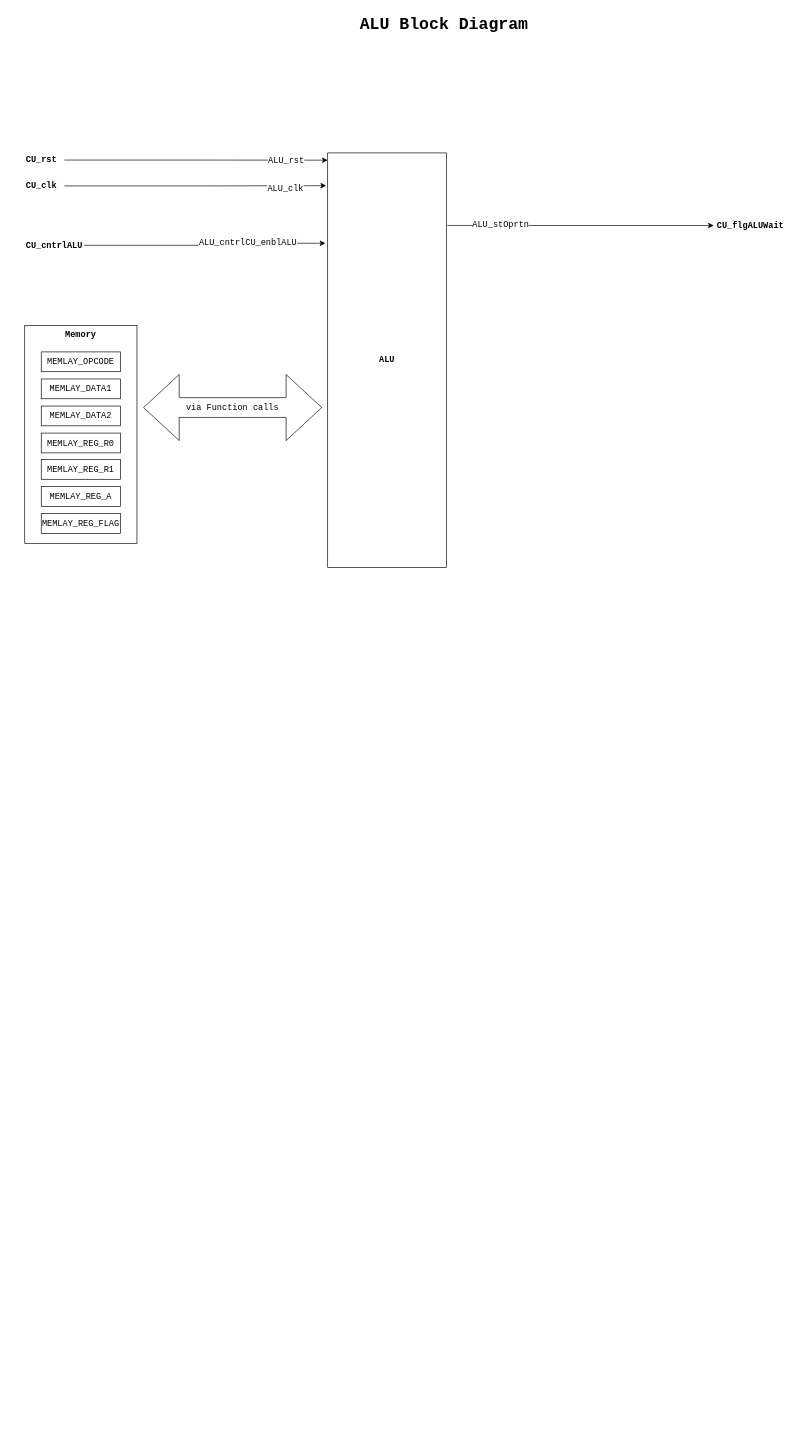
Above: page "ALU_BD" (6 of 8) of 04_ControlUnit_v1/CPU_Design.drawio in Vichu95/Basic_CPU_FPGA (draw.io), before the change. Source tidied: cells renumbered, new cells numbered last; positions are measured from the earlier drawing's top-left corner, leaving out a move shared by most shapes. Both pictures are drawn from the tidied source at 66%, with x=0, y=0 at pixel (24, 11).
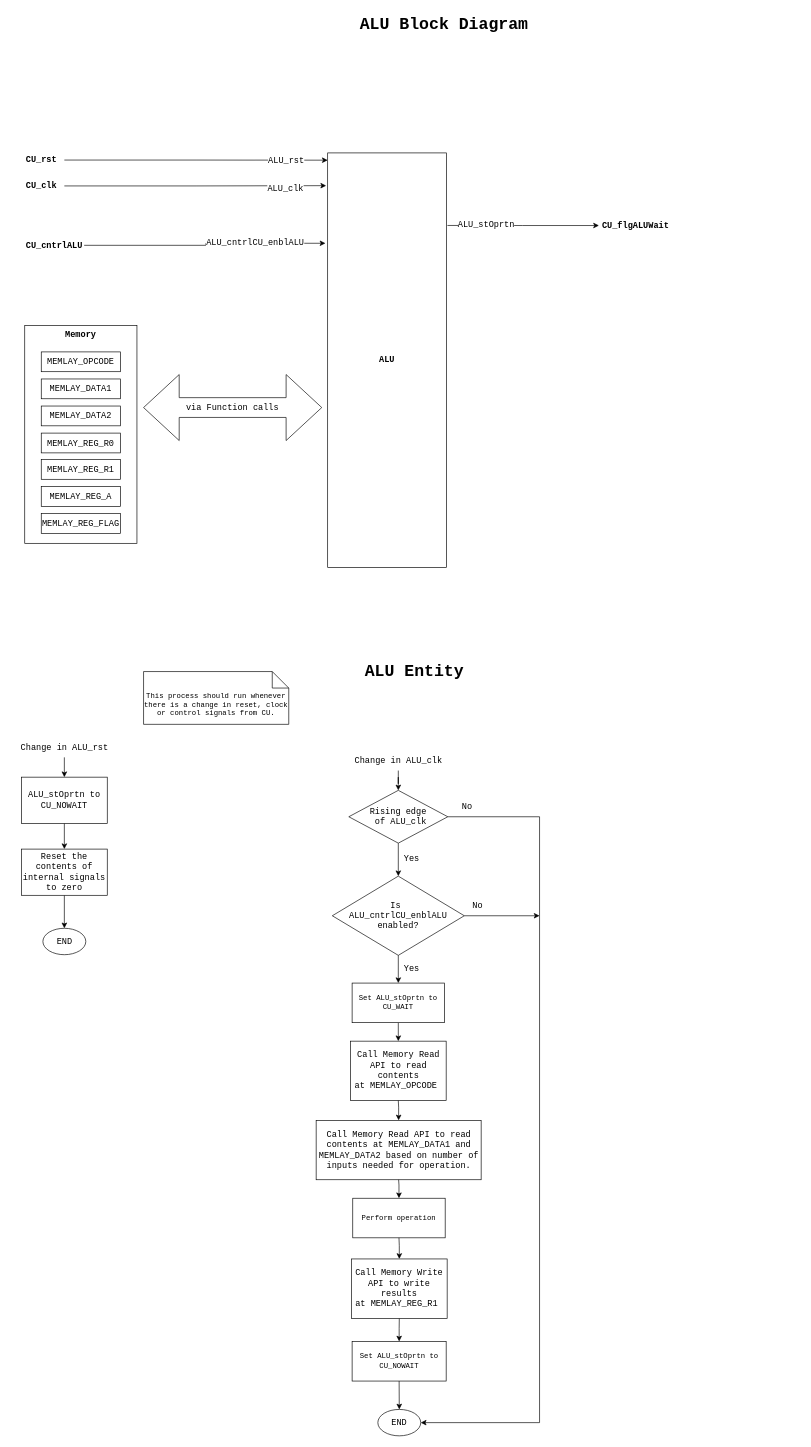
The same page after the edit.

The change refers to these unchanged cells:
```xml
<mxCell id="10" style="edgeStyle=orthogonalEdgeStyle;rounded=0;jettySize=auto;html=1;entryX=-0.019;entryY=0.218;entryDx=0;entryDy=0;entryPerimeter=0;fontFamily=Courier New;fontSize=13;fontColor=#000000;startArrow=none;startFill=0;endArrow=classic;endFill=1;" parent="1" edge="1" source="12" target="3">
  <mxGeometry relative="1" as="geometry" />
</mxCell>
<mxCell id="13" style="edgeStyle=orthogonalEdgeStyle;rounded=0;jettySize=auto;html=1;entryX=1.008;entryY=0.175;entryDx=0;entryDy=0;entryPerimeter=0;fontFamily=Courier New;fontSize=13;fontColor=#000000;startArrow=classic;startFill=1;endArrow=none;endFill=0;" parent="1" edge="1" source="15" target="3">
  <mxGeometry relative="1" as="geometry" />
</mxCell>
```

The edit, as a diff of the source:
```diff
@@
     <mxCell id="11" value="ALU_cntrlCU_enblALU" style="edgeLabel;html=1;align=center;verticalAlign=middle;fontSize=13;fontFamily=Courier New;fontColor=#000000;" parent="10" vertex="1">
       <mxGeometry x="0.46" y="2" relative="1" as="geometry">
-        <mxPoint x="-18" as="offset" />
+        <mxPoint x="-7" as="offset" />
       </mxGeometry>
     </mxCell>
@@
     <mxCell id="14" value="ALU_stOprtn" style="edgeLabel;html=1;align=center;verticalAlign=middle;fontSize=13;fontFamily=Courier New;fontColor=#000000;" parent="13" vertex="1">
       <mxGeometry x="0.63" y="-2" relative="1" as="geometry">
-        <mxPoint x="5" as="offset" />
+        <mxPoint x="15" as="offset" />
       </mxGeometry>
     </mxCell>
     <mxCell id="15" value="CU_flgALUWait" style="text;html=1;align=left;verticalAlign=middle;points=[];strokeColor=none;fillColor=none;fontStyle=1;labelBackgroundColor=none;fontColor=#000000;fontSize=13;fontFamily=Courier New;spacingLeft=3;" parent="1" vertex="1">
-      <mxGeometry x="1044" y="309.2" width="130" height="30" as="geometry" />
+      <mxGeometry x="870" y="309.2" width="130" height="30" as="geometry" />
     </mxCell>
@@
+    <mxCell id="26" value="This process should run whenever there is a change in reset, clock or control signals from CU." style="shape=note2;boundedLbl=1;whiteSpace=wrap;html=1;size=25;verticalAlign=top;align=center;fontFamily=Courier New;fontSize=11;" parent="1" vertex="1">
+      <mxGeometry x="180" y="1000" width="220" height="80" as="geometry" />
+    </mxCell>
+    <mxCell id="27" style="edgeStyle=none;rounded=0;jettySize=auto;html=1;strokeWidth=1;fontFamily=Courier New;fontSize=13;startArrow=none;startFill=0;endArrow=classic;endFill=1;startSize=6;endSize=6;sourcePerimeterSpacing=0;targetPerimeterSpacing=0;entryX=0.5;entryY=0;entryDx=0;entryDy=0;" parent="1" edge="1" source="28" target="30">
+      <mxGeometry relative="1" as="geometry" />
+    </mxCell>
+    <mxCell id="28" value="Change in&amp;nbsp;ALU_rst" style="text;html=1;align=center;verticalAlign=middle;points=[];strokeColor=none;fillColor=none;fontSize=13;fontFamily=Courier New;" parent="1" vertex="1">
+      <mxGeometry x="-20" y="1100" width="160" height="30" as="geometry" />
+    </mxCell>
+    <mxCell id="29" style="edgeStyle=none;rounded=0;jettySize=auto;html=1;exitX=0.5;exitY=1;exitDx=0;exitDy=0;entryX=0.5;entryY=0;entryDx=0;entryDy=0;strokeWidth=1;fontFamily=Courier New;fontSize=13;startArrow=none;startFill=0;endArrow=classic;endFill=1;startSize=6;endSize=6;sourcePerimeterSpacing=0;targetPerimeterSpacing=0;" parent="1" edge="1" source="30" target="32">
+      <mxGeometry relative="1" as="geometry" />
+    </mxCell>
+    <mxCell id="30" value="ALU_stOprtn to CU_NOWAIT" style="rounded=0;whiteSpace=wrap;html=1;fontFamily=Courier New;fontSize=13;" parent="1" vertex="1">
+      <mxGeometry x="-5" y="1160" width="130" height="70" as="geometry" />
+    </mxCell>
+    <mxCell id="31" style="edgeStyle=orthogonalEdgeStyle;rounded=0;jettySize=auto;html=1;fontFamily=Courier New;fontSize=34;fontColor=#FF0000;startArrow=none;startFill=0;endArrow=classic;endFill=1;" parent="1" edge="1" source="32" target="59">
+      <mxGeometry relative="1" as="geometry" />
+    </mxCell>
+    <mxCell id="32" value="Reset the contents of internal signals to zero" style="rounded=0;whiteSpace=wrap;html=1;fontFamily=Courier New;fontSize=13;" parent="1" vertex="1">
+      <mxGeometry x="-5" y="1269" width="130" height="70" as="geometry" />
+    </mxCell>
+    <mxCell id="33" style="edgeStyle=orthogonalEdgeStyle;rounded=0;jettySize=auto;html=1;entryX=0.5;entryY=0;entryDx=0;entryDy=0;strokeWidth=1;fontFamily=Courier New;fontSize=13;startArrow=none;startFill=0;endArrow=classic;endFill=1;startSize=6;endSize=6;sourcePerimeterSpacing=0;targetPerimeterSpacing=0;" parent="1" edge="1" source="34" target="37">
+      <mxGeometry relative="1" as="geometry" />
+    </mxCell>
+    <mxCell id="34" value="Change in ALU_clk" style="text;html=1;align=center;verticalAlign=middle;points=[];strokeColor=none;fillColor=none;fontSize=13;fontFamily=Courier New;" parent="1" vertex="1">
+      <mxGeometry x="486" y="1120" width="160" height="30" as="geometry" />
+    </mxCell>
+    <mxCell id="35" style="edgeStyle=orthogonalEdgeStyle;rounded=0;jettySize=auto;html=1;exitX=1;exitY=0.5;exitDx=0;exitDy=0;strokeWidth=1;fontFamily=Courier New;fontSize=13;startArrow=none;startFill=0;endArrow=classic;endFill=1;startSize=6;endSize=6;sourcePerimeterSpacing=0;targetPerimeterSpacing=0;entryX=1;entryY=0.5;entryDx=0;entryDy=0;" parent="1" edge="1" source="37" target="42">
+      <mxGeometry relative="1" as="geometry">
+        <Array as="points">
+          <mxPoint x="780" y="1220" />
+          <mxPoint x="780" y="2138" />
+        </Array>
+      </mxGeometry>
+    </mxCell>
+    <mxCell id="36" style="edgeStyle=orthogonalEdgeStyle;rounded=0;jettySize=auto;html=1;entryX=0.5;entryY=0;entryDx=0;entryDy=0;fontFamily=Courier New;fontSize=14;fontColor=#000000;startArrow=none;startFill=0;endArrow=classic;endFill=1;" parent="1" edge="1" source="37" target="39">
+      <mxGeometry relative="1" as="geometry" />
+    </mxCell>
+    <mxCell id="37" value="&lt;div style=&quot;&quot;&gt;&lt;span style=&quot;background-color: initial;&quot;&gt;Rising edge&lt;br&gt;&amp;nbsp;of ALU_clk&lt;/span&gt;&lt;/div&gt;" style="rhombus;whiteSpace=wrap;html=1;fontFamily=Courier New;fontSize=13;align=center;" parent="1" vertex="1">
+      <mxGeometry x="491" y="1180" width="150" height="80" as="geometry" />
+    </mxCell>
+    <mxCell id="38" style="edgeStyle=none;rounded=0;jettySize=auto;html=1;exitX=0.5;exitY=1;exitDx=0;exitDy=0;entryX=0.5;entryY=0;entryDx=0;entryDy=0;strokeWidth=1;fontFamily=Courier New;fontSize=13;startArrow=none;startFill=0;endArrow=classic;endFill=1;startSize=6;endSize=6;targetPerimeterSpacing=0;" parent="1" edge="1" source="48" target="41">
+      <mxGeometry relative="1" as="geometry" />
+    </mxCell>
+    <mxCell id="39" value="&lt;div style=&quot;&quot;&gt;&lt;div style=&quot;border-color: var(--border-color);&quot;&gt;Is&amp;nbsp;&lt;/div&gt;ALU_cntrlCU_enblALU enabled?&lt;br&gt;&lt;/div&gt;" style="rhombus;whiteSpace=wrap;html=1;fontFamily=Courier New;fontSize=13;align=center;" parent="1" vertex="1">
+      <mxGeometry x="466" y="1310" width="200" height="120" as="geometry" />
+    </mxCell>
+    <mxCell id="40" style="edgeStyle=orthogonalEdgeStyle;rounded=0;jumpStyle=arc;jettySize=auto;html=1;exitX=0.5;exitY=1;exitDx=0;exitDy=0;strokeWidth=1;fontFamily=Courier New;fontSize=12;startArrow=none;startFill=0;endArrow=classic;endFill=1;startSize=6;endSize=6;targetPerimeterSpacing=0;entryX=0.5;entryY=0;entryDx=0;entryDy=0;" parent="1" edge="1" source="50" target="42">
+      <mxGeometry relative="1" as="geometry" />
+    </mxCell>
+    <mxCell id="41" value="Call Memory Read API to read contents at&amp;nbsp;MEMLAY_OPCODE&amp;nbsp;" style="rounded=0;whiteSpace=wrap;html=1;fontFamily=Courier New;fontSize=13;" parent="1" vertex="1">
+      <mxGeometry x="493.5" y="1560" width="145" height="90" as="geometry" />
+    </mxCell>
+    <mxCell id="42" value="END" style="ellipse;whiteSpace=wrap;html=1;fontFamily=Courier New;fontSize=13;" parent="1" vertex="1">
+      <mxGeometry x="535" y="2118" width="65" height="40" as="geometry" />
+    </mxCell>
+    <mxCell id="43" value="Yes" style="text;html=1;align=center;verticalAlign=middle;strokeColor=none;fillColor=none;fontSize=13;fontFamily=Courier New;" parent="1" vertex="1">
+      <mxGeometry x="561" y="1269" width="50" height="30" as="geometry" />
+    </mxCell>
+    <mxCell id="44" value="No" style="text;html=1;align=center;verticalAlign=middle;strokeColor=none;fillColor=none;fontSize=13;fontFamily=Courier New;" parent="1" vertex="1">
+      <mxGeometry x="650" y="1190" width="40" height="30" as="geometry" />
+    </mxCell>
+    <mxCell id="45" value="Yes" style="text;html=1;align=center;verticalAlign=middle;strokeColor=none;fillColor=none;fontSize=13;fontFamily=Courier New;" parent="1" vertex="1">
+      <mxGeometry x="561" y="1435" width="50" height="30" as="geometry" />
+    </mxCell>
+    <mxCell id="46" value="No" style="text;html=1;align=center;verticalAlign=middle;strokeColor=none;fillColor=none;fontSize=13;fontFamily=Courier New;" parent="1" vertex="1">
+      <mxGeometry x="666" y="1339" width="40" height="30" as="geometry" />
+    </mxCell>
+    <mxCell id="47" style="edgeStyle=none;rounded=0;jettySize=auto;html=1;exitX=0.5;exitY=1;exitDx=0;exitDy=0;entryX=0.5;entryY=0;entryDx=0;entryDy=0;strokeWidth=1;fontFamily=Courier New;fontSize=13;startArrow=none;startFill=0;endArrow=classic;endFill=1;startSize=6;endSize=6;sourcePerimeterSpacing=0;" parent="1" edge="1" source="39" target="48">
+      <mxGeometry relative="1" as="geometry" />
+    </mxCell>
+    <mxCell id="48" value="Set&amp;nbsp;ALU_stOprtn to CU_WAIT" style="rounded=0;whiteSpace=wrap;html=1;fontFamily=Courier New;fontSize=11;" parent="1" vertex="1">
+      <mxGeometry x="496" y="1472" width="140" height="60" as="geometry" />
+    </mxCell>
+    <mxCell id="49" style="edgeStyle=orthogonalEdgeStyle;rounded=0;jettySize=auto;html=1;fontFamily=Courier New;fontSize=14;fontColor=#000000;startArrow=classic;startFill=1;endArrow=none;endFill=0;" parent="1" edge="1" source="50" target="57">
+      <mxGeometry relative="1" as="geometry" />
+    </mxCell>
+    <mxCell id="50" value="Set&amp;nbsp;ALU_stOprtn to CU_NOWAIT" style="rounded=0;whiteSpace=wrap;html=1;fontFamily=Courier New;fontSize=11;" parent="1" vertex="1">
+      <mxGeometry x="496" y="2015" width="142.5" height="60" as="geometry" />
+    </mxCell>
+    <mxCell id="51" value="&lt;font style=&quot;font-size: 25px;&quot;&gt;&lt;b style=&quot;font-size: 25px;&quot;&gt;ALU Entity&lt;/b&gt;&lt;/font&gt;" style="text;html=1;align=center;verticalAlign=middle;strokeColor=none;fillColor=none;fontSize=25;fontFamily=Courier New;" parent="1" vertex="1">
+      <mxGeometry x="505" y="980" width="170" height="40" as="geometry" />
+    </mxCell>
+    <mxCell id="52" style="edgeStyle=orthogonalEdgeStyle;rounded=0;jettySize=auto;html=1;fontFamily=Courier New;fontSize=14;fontColor=#000000;startArrow=classic;startFill=1;endArrow=none;endFill=0;" parent="1" edge="1" source="53" target="41">
+      <mxGeometry relative="1" as="geometry" />
+    </mxCell>
+    <mxCell id="53" value="Call Memory Read API to read contents at&amp;nbsp;MEMLAY_DATA1 and MEMLAY_DATA2 based on number of inputs needed for operation." style="rounded=0;whiteSpace=wrap;html=1;fontFamily=Courier New;fontSize=13;align=center;verticalAlign=middle;" parent="1" vertex="1">
+      <mxGeometry x="441.5" y="1680" width="250" height="90" as="geometry" />
+    </mxCell>
+    <mxCell id="54" style="edgeStyle=orthogonalEdgeStyle;rounded=0;jettySize=auto;html=1;fontFamily=Courier New;fontSize=14;fontColor=#000000;startArrow=classic;startFill=1;endArrow=none;endFill=0;" parent="1" edge="1" source="55" target="53">
+      <mxGeometry relative="1" as="geometry" />
+    </mxCell>
+    <mxCell id="55" value="Perform operation" style="rounded=0;whiteSpace=wrap;html=1;fontFamily=Courier New;fontSize=11;" parent="1" vertex="1">
+      <mxGeometry x="497" y="1798" width="140" height="60" as="geometry" />
+    </mxCell>
+    <mxCell id="56" style="edgeStyle=orthogonalEdgeStyle;rounded=0;jettySize=auto;html=1;fontFamily=Courier New;fontSize=14;fontColor=#000000;startArrow=classic;startFill=1;endArrow=none;endFill=0;" parent="1" edge="1" source="57" target="55">
+      <mxGeometry relative="1" as="geometry" />
+    </mxCell>
+    <mxCell id="57" value="Call Memory Write API to write results at&amp;nbsp;MEMLAY_REG_R1&amp;nbsp;" style="rounded=0;whiteSpace=wrap;html=1;fontFamily=Courier New;fontSize=13;" parent="1" vertex="1">
+      <mxGeometry x="495" y="1890" width="145" height="90" as="geometry" />
+    </mxCell>
+    <mxCell id="58" style="endArrow=classic;html=1;rounded=0;fontFamily=Courier New;fontSize=14;fontColor=#000000;exitX=1;exitY=0.5;exitDx=0;exitDy=0;" parent="1" edge="1" source="39">
+      <mxGeometry relative="1" as="geometry">
+        <mxPoint x="780" y="1370" as="targetPoint" />
+      </mxGeometry>
+    </mxCell>
+    <mxCell id="59" value="END" style="ellipse;whiteSpace=wrap;html=1;fontFamily=Courier New;fontSize=13;" parent="1" vertex="1">
+      <mxGeometry x="27.5" y="1389" width="65" height="40" as="geometry" />
+    </mxCell>
```
